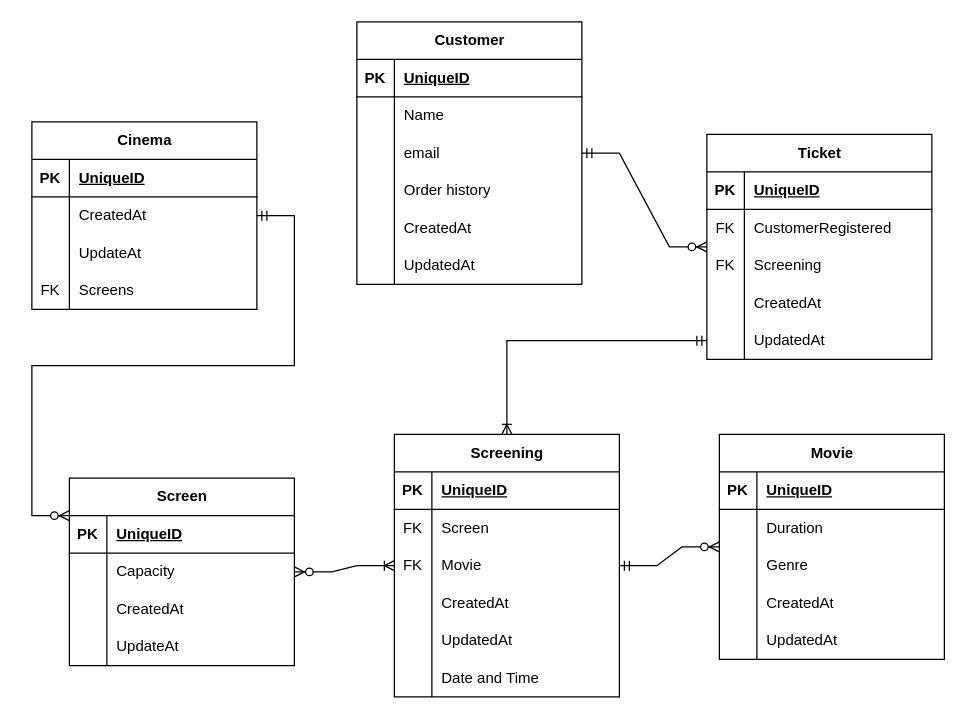
The draw.io diagram docs/cinema.drawio in boolean-uk/csharp-api-cinema-challenge, before the edit. Source tidied: cells renumbered, new cells numbered last; positions are measured from the earlier drawing's top-left corner, leaving out a move shared by most shapes. Both pictures are drawn from the tidied source at 125%, with x=0, y=0 at pixel (31, 21).
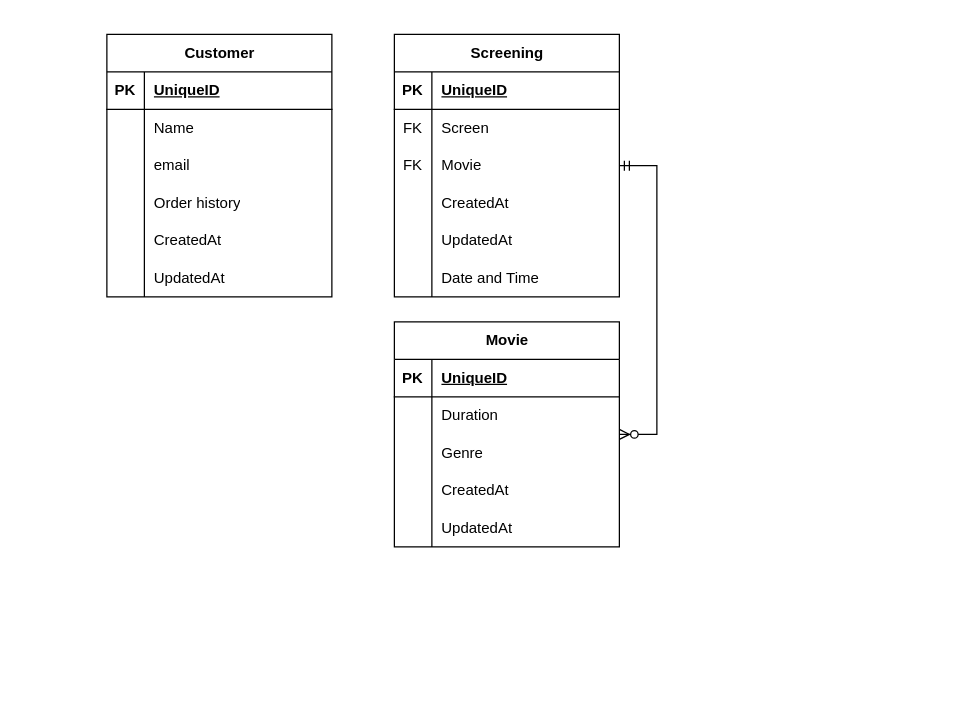
After the change.

Diff of the diagram source:
```diff
@@
     <mxCell id="2" value="Customer" style="shape=table;startSize=30;childLayout=tableLayout;rowLines=0;fontStyle=1;align=center;html=1;" parent="1" vertex="1">
-      <mxGeometry x="260" width="180" height="210" as="geometry" />
+      <mxGeometry x="60" y="10" width="180" height="210" as="geometry" />
     </mxCell>
@@
     <mxCell id="21" value="Movie" style="shape=table;startSize=30;childLayout=tableLayout;rowLines=0;fontStyle=1;align=center;html=1;" parent="1" vertex="1">
-      <mxGeometry x="550" y="330" width="180" height="180" as="geometry" />
+      <mxGeometry x="290" y="240" width="180" height="180" as="geometry" />
     </mxCell>
@@
-    <mxCell id="37" value="Screen" style="shape=table;startSize=30;childLayout=tableLayout;rowLines=0;fontStyle=1;align=center;html=1;" parent="1" vertex="1">
-      <mxGeometry x="30" y="365" width="180" height="150" as="geometry" />
-    </mxCell>
-    <mxCell id="38" style="shape=tableRow;horizontal=0;startSize=0;swimlaneHead=0;swimlaneBody=0;fillColor=none;top=0;left=0;right=0;bottom=1;" parent="37" vertex="1">
-      <mxGeometry y="30" width="180" height="30" as="geometry" />
-    </mxCell>
-    <mxCell id="39" value="PK" style="shape=partialRectangle;fillColor=none;top=0;left=0;bottom=0;right=0;fontStyle=1;overflow=hidden;whiteSpace=wrap;html=1;" parent="38" vertex="1">
-      <mxGeometry width="30" height="30" as="geometry" />
-    </mxCell>
-    <mxCell id="40" value="UniqueID" style="shape=partialRectangle;fillColor=none;top=0;left=0;bottom=0;right=0;align=left;spacingLeft=6;fontStyle=5;overflow=hidden;whiteSpace=wrap;html=1;" parent="38" vertex="1">
-      <mxGeometry x="30" width="150" height="30" as="geometry" />
-    </mxCell>
-    <mxCell id="41" style="shape=tableRow;horizontal=0;startSize=0;swimlaneHead=0;swimlaneBody=0;fillColor=none;top=0;left=0;right=0;bottom=0;" parent="37" vertex="1">
-      <mxGeometry y="60" width="180" height="30" as="geometry" />
-    </mxCell>
-    <mxCell id="42" style="shape=partialRectangle;fillColor=none;top=0;left=0;bottom=0;right=0;overflow=hidden;whiteSpace=wrap;html=1;" parent="41" vertex="1">
-      <mxGeometry width="30" height="30" as="geometry" />
-    </mxCell>
-    <mxCell id="43" value="Capacity" style="shape=partialRectangle;fillColor=none;top=0;left=0;bottom=0;right=0;align=left;spacingLeft=6;overflow=hidden;whiteSpace=wrap;html=1;" parent="41" vertex="1">
-      <mxGeometry x="30" width="150" height="30" as="geometry" />
-    </mxCell>
-    <mxCell id="44" style="shape=tableRow;horizontal=0;startSize=0;swimlaneHead=0;swimlaneBody=0;fillColor=none;top=0;left=0;right=0;bottom=0;" parent="37" vertex="1">
-      <mxGeometry y="90" width="180" height="30" as="geometry" />
-    </mxCell>
-    <mxCell id="45" style="shape=partialRectangle;fillColor=none;top=0;left=0;bottom=0;right=0;overflow=hidden;whiteSpace=wrap;html=1;" parent="44" vertex="1">
-      <mxGeometry width="30" height="30" as="geometry" />
-    </mxCell>
-    <mxCell id="46" value="CreatedAt" style="shape=partialRectangle;fillColor=none;top=0;left=0;bottom=0;right=0;align=left;spacingLeft=6;overflow=hidden;whiteSpace=wrap;html=1;" parent="44" vertex="1">
-      <mxGeometry x="30" width="150" height="30" as="geometry" />
-    </mxCell>
-    <mxCell id="47" style="shape=tableRow;horizontal=0;startSize=0;swimlaneHead=0;swimlaneBody=0;fillColor=none;top=0;left=0;right=0;bottom=0;" parent="37" vertex="1">
-      <mxGeometry y="120" width="180" height="30" as="geometry" />
-    </mxCell>
-    <mxCell id="48" style="shape=partialRectangle;fillColor=none;top=0;left=0;bottom=0;right=0;overflow=hidden;whiteSpace=wrap;html=1;" parent="47" vertex="1">
-      <mxGeometry width="30" height="30" as="geometry" />
-    </mxCell>
-    <mxCell id="49" value="UpdateAt" style="shape=partialRectangle;fillColor=none;top=0;left=0;bottom=0;right=0;align=left;spacingLeft=6;overflow=hidden;whiteSpace=wrap;html=1;" parent="47" vertex="1">
-      <mxGeometry x="30" width="150" height="30" as="geometry" />
-    </mxCell>
-    <mxCell id="50" value="Ticket" style="shape=table;startSize=30;childLayout=tableLayout;rowLines=0;fontStyle=1;align=center;html=1;" parent="1" vertex="1">
-      <mxGeometry x="540" y="90" width="180" height="180" as="geometry" />
-    </mxCell>
-    <mxCell id="51" style="shape=tableRow;horizontal=0;startSize=0;swimlaneHead=0;swimlaneBody=0;fillColor=none;top=0;left=0;right=0;bottom=1;" parent="50" vertex="1">
-      <mxGeometry y="30" width="180" height="30" as="geometry" />
-    </mxCell>
-    <mxCell id="52" value="PK" style="shape=partialRectangle;fillColor=none;top=0;left=0;bottom=0;right=0;fontStyle=1;overflow=hidden;whiteSpace=wrap;html=1;" parent="51" vertex="1">
-      <mxGeometry width="30" height="30" as="geometry" />
-    </mxCell>
-    <mxCell id="53" value="UniqueID" style="shape=partialRectangle;fillColor=none;top=0;left=0;bottom=0;right=0;align=left;spacingLeft=6;fontStyle=5;overflow=hidden;whiteSpace=wrap;html=1;" parent="51" vertex="1">
-      <mxGeometry x="30" width="150" height="30" as="geometry" />
-    </mxCell>
-    <mxCell id="54" style="shape=tableRow;horizontal=0;startSize=0;swimlaneHead=0;swimlaneBody=0;fillColor=none;top=0;left=0;right=0;bottom=0;" parent="50" vertex="1">
-      <mxGeometry y="60" width="180" height="30" as="geometry" />
-    </mxCell>
-    <mxCell id="55" value="FK" style="shape=partialRectangle;fillColor=none;top=0;left=0;bottom=0;right=0;overflow=hidden;whiteSpace=wrap;html=1;" parent="54" vertex="1">
-      <mxGeometry width="30" height="30" as="geometry" />
-    </mxCell>
-    <mxCell id="56" value="CustomerRegistered" style="shape=partialRectangle;fillColor=none;top=0;left=0;bottom=0;right=0;align=left;spacingLeft=6;overflow=hidden;whiteSpace=wrap;html=1;" parent="54" vertex="1">
-      <mxGeometry x="30" width="150" height="30" as="geometry" />
-    </mxCell>
-    <mxCell id="57" style="shape=tableRow;horizontal=0;startSize=0;swimlaneHead=0;swimlaneBody=0;fillColor=none;top=0;left=0;right=0;bottom=0;" parent="50" vertex="1">
-      <mxGeometry y="90" width="180" height="30" as="geometry" />
-    </mxCell>
-    <mxCell id="58" value="FK" style="shape=partialRectangle;fillColor=none;top=0;left=0;bottom=0;right=0;overflow=hidden;whiteSpace=wrap;html=1;" parent="57" vertex="1">
-      <mxGeometry width="30" height="30" as="geometry" />
-    </mxCell>
-    <mxCell id="59" value="Screening" style="shape=partialRectangle;fillColor=none;top=0;left=0;bottom=0;right=0;align=left;spacingLeft=6;overflow=hidden;whiteSpace=wrap;html=1;" parent="57" vertex="1">
-      <mxGeometry x="30" width="150" height="30" as="geometry" />
-    </mxCell>
-    <mxCell id="60" style="shape=tableRow;horizontal=0;startSize=0;swimlaneHead=0;swimlaneBody=0;fillColor=none;top=0;left=0;right=0;bottom=0;" parent="50" vertex="1">
-      <mxGeometry y="120" width="180" height="30" as="geometry" />
-    </mxCell>
-    <mxCell id="61" style="shape=partialRectangle;fillColor=none;top=0;left=0;bottom=0;right=0;overflow=hidden;whiteSpace=wrap;html=1;" parent="60" vertex="1">
-      <mxGeometry width="30" height="30" as="geometry" />
-    </mxCell>
-    <mxCell id="62" value="CreatedAt" style="shape=partialRectangle;fillColor=none;top=0;left=0;bottom=0;right=0;align=left;spacingLeft=6;overflow=hidden;whiteSpace=wrap;html=1;" parent="60" vertex="1">
-      <mxGeometry x="30" width="150" height="30" as="geometry" />
-    </mxCell>
-    <mxCell id="63" style="shape=tableRow;horizontal=0;startSize=0;swimlaneHead=0;swimlaneBody=0;fillColor=none;points=[[0,0.5],[1,0.5]];portConstraint=eastwest;top=0;left=0;right=0;bottom=0;" parent="50" vertex="1">
-      <mxGeometry y="150" width="180" height="30" as="geometry" />
-    </mxCell>
-    <mxCell id="64" style="shape=partialRectangle;fillColor=none;top=0;left=0;bottom=0;right=0;overflow=hidden;whiteSpace=wrap;html=1;" parent="63" vertex="1">
-      <mxGeometry width="30" height="30" as="geometry" />
-    </mxCell>
-    <mxCell id="65" value="UpdatedAt" style="shape=partialRectangle;fillColor=none;top=0;left=0;bottom=0;right=0;align=left;spacingLeft=6;overflow=hidden;whiteSpace=wrap;html=1;" parent="63" vertex="1">
-      <mxGeometry x="30" width="150" height="30" as="geometry" />
-    </mxCell>
     <mxCell id="66" value="Screening" style="shape=table;startSize=30;childLayout=tableLayout;rowLines=0;fontStyle=1;align=center;html=1;" parent="1" vertex="1">
-      <mxGeometry x="290" y="330" width="180" height="210" as="geometry" />
+      <mxGeometry x="290" y="10" width="180" height="210" as="geometry" />
     </mxCell>
@@
-    <mxCell id="85" style="edgeStyle=entityRelationEdgeStyle;fontSize=12;html=1;endArrow=ERoneToMany;startArrow=ERzeroToMany;rounded=0;" parent="1" edge="1" source="37" target="66">
-      <mxGeometry relative="1" as="geometry" />
-    </mxCell>
@@
-    <mxCell id="87" value="Cinema" style="shape=table;startSize=30;childLayout=tableLayout;rowLines=0;fontStyle=1;align=center;html=1;" parent="1" vertex="1">
-      <mxGeometry y="80" width="180" height="150" as="geometry" />
-    </mxCell>
-    <mxCell id="88" style="shape=tableRow;horizontal=0;startSize=0;swimlaneHead=0;swimlaneBody=0;fillColor=none;top=0;left=0;right=0;bottom=1;" parent="87" vertex="1">
-      <mxGeometry y="30" width="180" height="30" as="geometry" />
-    </mxCell>
-    <mxCell id="89" value="PK" style="shape=partialRectangle;fillColor=none;top=0;left=0;bottom=0;right=0;fontStyle=1;overflow=hidden;whiteSpace=wrap;html=1;" parent="88" vertex="1">
-      <mxGeometry width="30" height="30" as="geometry" />
-    </mxCell>
-    <mxCell id="90" value="UniqueID" style="shape=partialRectangle;fillColor=none;top=0;left=0;bottom=0;right=0;align=left;spacingLeft=6;fontStyle=5;overflow=hidden;whiteSpace=wrap;html=1;" parent="88" vertex="1">
-      <mxGeometry x="30" width="150" height="30" as="geometry" />
-    </mxCell>
-    <mxCell id="91" style="shape=tableRow;horizontal=0;startSize=0;swimlaneHead=0;swimlaneBody=0;fillColor=none;points=[[0,0.5],[1,0.5]];portConstraint=eastwest;top=0;left=0;right=0;bottom=0;" parent="87" vertex="1">
-      <mxGeometry y="60" width="180" height="30" as="geometry" />
-    </mxCell>
-    <mxCell id="92" style="shape=partialRectangle;fillColor=none;top=0;left=0;bottom=0;right=0;overflow=hidden;whiteSpace=wrap;html=1;" parent="91" vertex="1">
-      <mxGeometry width="30" height="30" as="geometry" />
-    </mxCell>
-    <mxCell id="93" value="CreatedAt" style="shape=partialRectangle;fillColor=none;top=0;left=0;bottom=0;right=0;align=left;spacingLeft=6;overflow=hidden;whiteSpace=wrap;html=1;" parent="91" vertex="1">
-      <mxGeometry x="30" width="150" height="30" as="geometry" />
-    </mxCell>
-    <mxCell id="94" style="shape=tableRow;horizontal=0;startSize=0;swimlaneHead=0;swimlaneBody=0;fillColor=none;top=0;left=0;right=0;bottom=0;" parent="87" vertex="1">
-      <mxGeometry y="90" width="180" height="30" as="geometry" />
-    </mxCell>
-    <mxCell id="95" style="shape=partialRectangle;fillColor=none;top=0;left=0;bottom=0;right=0;overflow=hidden;whiteSpace=wrap;html=1;" parent="94" vertex="1">
-      <mxGeometry width="30" height="30" as="geometry" />
-    </mxCell>
-    <mxCell id="96" value="UpdateAt" style="shape=partialRectangle;fillColor=none;top=0;left=0;bottom=0;right=0;align=left;spacingLeft=6;overflow=hidden;whiteSpace=wrap;html=1;" parent="94" vertex="1">
-      <mxGeometry x="30" width="150" height="30" as="geometry" />
-    </mxCell>
-    <mxCell id="97" style="shape=tableRow;horizontal=0;startSize=0;swimlaneHead=0;swimlaneBody=0;fillColor=none;top=0;left=0;right=0;bottom=0;" parent="87" vertex="1">
-      <mxGeometry y="120" width="180" height="30" as="geometry" />
-    </mxCell>
-    <mxCell id="98" value="FK" style="shape=partialRectangle;fillColor=none;top=0;left=0;bottom=0;right=0;overflow=hidden;whiteSpace=wrap;html=1;" parent="97" vertex="1">
-      <mxGeometry width="30" height="30" as="geometry" />
-    </mxCell>
-    <mxCell id="99" value="Screens" style="shape=partialRectangle;fillColor=none;top=0;left=0;bottom=0;right=0;align=left;spacingLeft=6;overflow=hidden;whiteSpace=wrap;html=1;" parent="97" vertex="1">
-      <mxGeometry x="30" width="150" height="30" as="geometry" />
-    </mxCell>
-    <mxCell id="100" style="edgeStyle=entityRelationEdgeStyle;fontSize=12;html=1;endArrow=ERzeroToMany;startArrow=ERmandOne;rounded=0;" parent="1" edge="1" source="2" target="50">
-      <mxGeometry relative="1" as="geometry" />
-    </mxCell>
-    <mxCell id="101" style="edgeStyle=entityRelationEdgeStyle;fontSize=12;html=1;endArrow=ERzeroToMany;startArrow=ERmandOne;rounded=0;exitX=1;exitY=0.5;exitDx=0;exitDy=0;" parent="1" edge="1" source="91">
-      <mxGeometry relative="1" as="geometry">
-        <mxPoint x="30" y="395" as="targetPoint" />
-      </mxGeometry>
-    </mxCell>
-    <mxCell id="102" style="edgeStyle=orthogonalEdgeStyle;rounded=0;jettySize=auto;html=1;entryX=0.5;entryY=0;entryDx=0;entryDy=0;startArrow=ERmandOne;startFill=0;endArrow=ERoneToMany;endFill=0;exitX=0;exitY=0.5;exitDx=0;exitDy=0;" parent="1" edge="1" source="63" target="66">
-      <mxGeometry relative="1" as="geometry" />
-    </mxCell>
```
